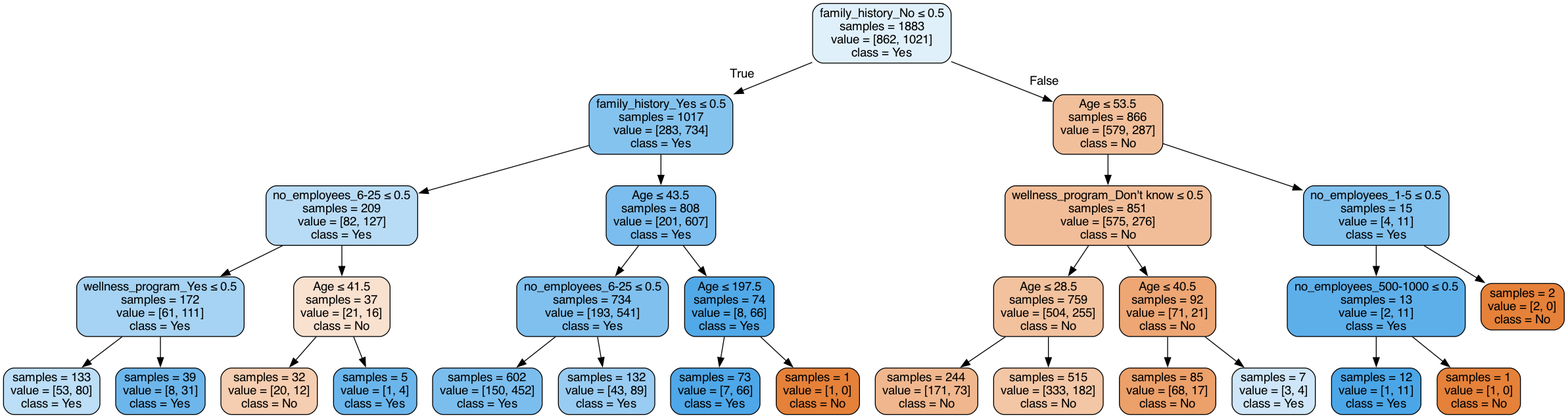
The Graphviz diagram output/tree.gv.png in cadej09/CSE-163-Final-Project, before a commit. Its source is kept beside it as output/tree.gv.
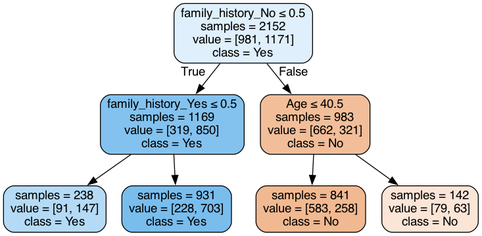
The same file after the commit.

Diff of the diagram source:
```diff
@@ -1,61 +1,17 @@
 digraph Tree {
 node [shape=box, style="filled, rounded", color="black", fontname="helvetica"] ;
 edge [fontname="helvetica"] ;
-0 [label=<family_history_No &le; 0.5<br/>samples = 1883<br/>value = [862, 1021]<br/>class = Yes>, fillcolor="#e0f0fb"] ;
-1 [label=<family_history_Yes &le; 0.5<br/>samples = 1017<br/>value = [283, 734]<br/>class = Yes>, fillcolor="#85c3ef"] ;
+0 [label=<family_history_No &le; 0.5<br/>samples = 2152<br/>value = [981, 1171]<br/>class = Yes>, fillcolor="#dfeffb"] ;
+1 [label=<family_history_Yes &le; 0.5<br/>samples = 1169<br/>value = [319, 850]<br/>class = Yes>, fillcolor="#83c2ef"] ;
 0 -> 1 [labeldistance=2.5, labelangle=45, headlabel="True"] ;
-2 [label=<no_employees_6-25 &le; 0.5<br/>samples = 209<br/>value = [82, 127]<br/>class = Yes>, fillcolor="#b9dcf6"] ;
+2 [label=<samples = 238<br/>value = [91, 147]<br/>class = Yes>, fillcolor="#b4daf5"] ;
 1 -> 2 ;
-3 [label=<wellness_program_Yes &le; 0.5<br/>samples = 172<br/>value = [61, 111]<br/>class = Yes>, fillcolor="#a6d3f3"] ;
-2 -> 3 ;
-4 [label=<samples = 133<br/>value = [53, 80]<br/>class = Yes>, fillcolor="#bcdef6"] ;
-3 -> 4 ;
-5 [label=<samples = 39<br/>value = [8, 31]<br/>class = Yes>, fillcolor="#6cb6ec"] ;
-3 -> 5 ;
-6 [label=<Age &le; 41.5<br/>samples = 37<br/>value = [21, 16]<br/>class = No>, fillcolor="#f9e1d0"] ;
-2 -> 6 ;
-7 [label=<samples = 32<br/>value = [20, 12]<br/>class = No>, fillcolor="#f5cdb0"] ;
-6 -> 7 ;
-8 [label=<samples = 5<br/>value = [1, 4]<br/>class = Yes>, fillcolor="#6ab6ec"] ;
-6 -> 8 ;
-9 [label=<Age &le; 43.5<br/>samples = 808<br/>value = [201, 607]<br/>class = Yes>, fillcolor="#7bbdee"] ;
-1 -> 9 ;
-10 [label=<no_employees_6-25 &le; 0.5<br/>samples = 734<br/>value = [193, 541]<br/>class = Yes>, fillcolor="#80c0ee"] ;
-9 -> 10 ;
-11 [label=<samples = 602<br/>value = [150, 452]<br/>class = Yes>, fillcolor="#7bbeee"] ;
-10 -> 11 ;
-12 [label=<samples = 132<br/>value = [43, 89]<br/>class = Yes>, fillcolor="#99ccf2"] ;
-10 -> 12 ;
-13 [label=<Age &le; 197.5<br/>samples = 74<br/>value = [8, 66]<br/>class = Yes>, fillcolor="#51a9e8"] ;
-9 -> 13 ;
-14 [label=<samples = 73<br/>value = [7, 66]<br/>class = Yes>, fillcolor="#4ea7e8"] ;
-13 -> 14 ;
-15 [label=<samples = 1<br/>value = [1, 0]<br/>class = No>, fillcolor="#e58139"] ;
-13 -> 15 ;
-16 [label=<Age &le; 53.5<br/>samples = 866<br/>value = [579, 287]<br/>class = No>, fillcolor="#f2bf9b"] ;
-0 -> 16 [labeldistance=2.5, labelangle=-45, headlabel="False"] ;
-17 [label=<wellness_program_Don't know &le; 0.5<br/>samples = 851<br/>value = [575, 276]<br/>class = No>, fillcolor="#f1bd98"] ;
-16 -> 17 ;
-18 [label=<Age &le; 28.5<br/>samples = 759<br/>value = [504, 255]<br/>class = No>, fillcolor="#f2c19d"] ;
-17 -> 18 ;
-19 [label=<samples = 244<br/>value = [171, 73]<br/>class = No>, fillcolor="#f0b78e"] ;
-18 -> 19 ;
-20 [label=<samples = 515<br/>value = [333, 182]<br/>class = No>, fillcolor="#f3c6a5"] ;
-18 -> 20 ;
-21 [label=<Age &le; 40.5<br/>samples = 92<br/>value = [71, 21]<br/>class = No>, fillcolor="#eda674"] ;
-17 -> 21 ;
-22 [label=<samples = 85<br/>value = [68, 17]<br/>class = No>, fillcolor="#eca06a"] ;
-21 -> 22 ;
-23 [label=<samples = 7<br/>value = [3, 4]<br/>class = Yes>, fillcolor="#cee6f8"] ;
-21 -> 23 ;
-24 [label=<no_employees_1-5 &le; 0.5<br/>samples = 15<br/>value = [4, 11]<br/>class = Yes>, fillcolor="#81c1ee"] ;
-16 -> 24 ;
-25 [label=<no_employees_500-1000 &le; 0.5<br/>samples = 13<br/>value = [2, 11]<br/>class = Yes>, fillcolor="#5dafea"] ;
-24 -> 25 ;
-26 [label=<samples = 12<br/>value = [1, 11]<br/>class = Yes>, fillcolor="#4ba6e7"] ;
-25 -> 26 ;
-27 [label=<samples = 1<br/>value = [1, 0]<br/>class = No>, fillcolor="#e58139"] ;
-25 -> 27 ;
-28 [label=<samples = 2<br/>value = [2, 0]<br/>class = No>, fillcolor="#e58139"] ;
-24 -> 28 ;
+3 [label=<samples = 931<br/>value = [228, 703]<br/>class = Yes>, fillcolor="#79bded"] ;
+1 -> 3 ;
+4 [label=<Age &le; 40.5<br/>samples = 983<br/>value = [662, 321]<br/>class = No>, fillcolor="#f2be99"] ;
+0 -> 4 [labeldistance=2.5, labelangle=-45, headlabel="False"] ;
+5 [label=<samples = 841<br/>value = [583, 258]<br/>class = No>, fillcolor="#f1b991"] ;
+4 -> 5 ;
+6 [label=<samples = 142<br/>value = [79, 63]<br/>class = No>, fillcolor="#fae5d7"] ;
+4 -> 6 ;
 }
```
